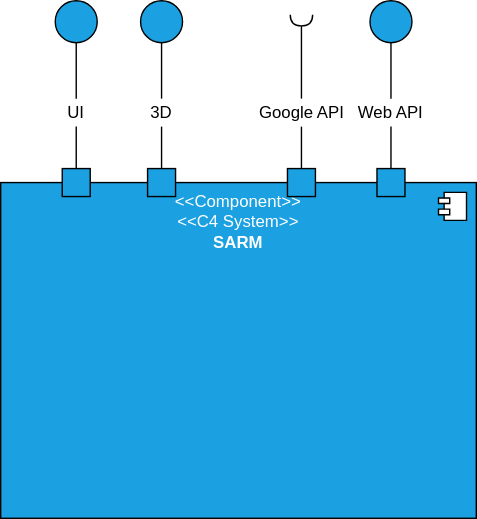
Earlier version of the draw.io export docs/L1/Logical_View.svg (Rodrick0209/ISEP-SEM5PI-24-25). Source tidied: cells renumbered, new cells last; positions are measured from the earlier drawing's top-left corner, leaving out a move shared by most shapes.
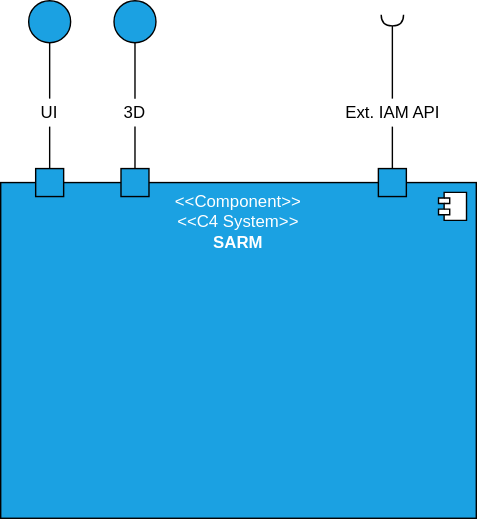
The same file after the commit.

Commit message:
Updated Level 1 and 2 View Diagrams with the adding of the new Web API #25

The edit, as a diff of the source:
```diff
@@ -3,7 +3,7 @@
     <mxCell id="0" />
     <mxCell id="1" parent="0" />
     <mxCell id="2" value="&amp;lt;&amp;lt;Component&amp;gt;&amp;gt;&lt;div&gt;&amp;lt;&amp;lt;C4 System&lt;span style=&quot;background-color: initial;&quot;&gt;&amp;gt;&amp;gt;&lt;/span&gt;&lt;/div&gt;&lt;div&gt;&lt;span style=&quot;background-color: initial;&quot;&gt;&lt;b&gt;SARM&lt;/b&gt;&lt;/span&gt;&lt;/div&gt;" style="html=1;whiteSpace=wrap;horizontal=1;verticalAlign=top;fillColor=#1ba1e2;fontColor=#ffffff;strokeColor=default;" parent="1" vertex="1">
-      <mxGeometry y="130" width="340" height="240" as="geometry" />
+      <mxGeometry x="19" y="130" width="340" height="240" as="geometry" />
     </mxCell>
     <mxCell id="3" style="shape=module;jettyWidth=8;jettyHeight=4;" parent="2" vertex="1">
       <mxGeometry x="1" width="20" height="20" relative="1" as="geometry">
@@ -19,27 +19,12 @@
     <mxCell id="6" style="ellipse;whiteSpace=wrap;html=1;fillColor=#1ba1e2;fontColor=#ffffff;strokeColor=default;" parent="1" vertex="1">
       <mxGeometry x="39" width="30" height="30" as="geometry" />
     </mxCell>
-    <mxCell id="7" style="whiteSpace=wrap;html=1;fillColor=#1ba1e2;fontColor=#ffffff;strokeColor=default;" parent="1" vertex="1">
-      <mxGeometry x="269" y="120" width="20" height="20" as="geometry" />
-    </mxCell>
-    <mxCell id="8" value="Web API" style="text;html=1;align=center;verticalAlign=middle;whiteSpace=wrap;rounded=0;" parent="1" vertex="1">
-      <mxGeometry x="244" y="70" width="70" height="20" as="geometry" />
-    </mxCell>
-    <mxCell id="9" style="endArrow=none;html=1;rounded=0;entryX=0.5;entryY=1;entryDx=0;entryDy=0;exitX=0.5;exitY=0;exitDx=0;exitDy=0;" parent="1" edge="1" source="7" target="8">
-      <mxGeometry relative="1" as="geometry" />
-    </mxCell>
-    <mxCell id="10" style="ellipse;whiteSpace=wrap;html=1;fillColor=#1ba1e2;fontColor=#ffffff;strokeColor=default;" parent="1" vertex="1">
-      <mxGeometry x="264" width="30" height="30" as="geometry" />
-    </mxCell>
     <mxCell id="11" style="endArrow=none;html=1;rounded=0;entryX=0.5;entryY=1;entryDx=0;entryDy=0;exitX=0.5;exitY=0;exitDx=0;exitDy=0;" parent="1" edge="1" source="4" target="12">
       <mxGeometry relative="1" as="geometry" />
     </mxCell>
     <mxCell id="12" value="UI" style="text;html=1;align=center;verticalAlign=middle;whiteSpace=wrap;rounded=0;" parent="1" vertex="1">
       <mxGeometry x="44" y="70" width="20" height="20" as="geometry" />
     </mxCell>
-    <mxCell id="13" style="endArrow=none;html=1;rounded=0;entryX=0.5;entryY=1;entryDx=0;entryDy=0;exitX=0.5;exitY=0;exitDx=0;exitDy=0;" parent="1" edge="1" source="8" target="10">
-      <mxGeometry relative="1" as="geometry" />
-    </mxCell>
     <mxCell id="14" style="whiteSpace=wrap;html=1;fillColor=#1ba1e2;fontColor=#ffffff;strokeColor=default;" parent="1" vertex="1">
       <mxGeometry x="105" y="120" width="20" height="20" as="geometry" />
     </mxCell>
@@ -56,18 +41,25 @@
       <mxGeometry x="105" y="70" width="20" height="20" as="geometry" />
     </mxCell>
     <mxCell id="19" style="whiteSpace=wrap;html=1;fillColor=#1ba1e2;fontColor=#ffffff;strokeColor=default;" parent="1" vertex="1">
-      <mxGeometry x="205" y="120" width="20" height="20" as="geometry" />
+      <mxGeometry x="289" y="120" width="20" height="20" as="geometry" />
     </mxCell>
-    <mxCell id="20" style="endArrow=none;html=1;rounded=0;entryX=0.5;entryY=1;entryDx=0;entryDy=0;exitX=0.5;exitY=0;exitDx=0;exitDy=0;" parent="1" edge="1" source="19" target="21">
-      <mxGeometry relative="1" as="geometry" />
+    <mxCell id="20" style="endArrow=none;html=1;rounded=0;entryX=0.5;entryY=1;entryDx=0;entryDy=0;exitX=0.5;exitY=0;exitDx=0;exitDy=0;" parent="1" edge="1" source="19">
+      <mxGeometry relative="1" as="geometry">
+        <mxPoint x="299" y="90" as="targetPoint" />
+      </mxGeometry>
     </mxCell>
+    <mxCell id="22" style="rounded=0;jettySize=auto;html=1;endArrow=halfCircle;endFill=0;endSize=6;strokeWidth=1;sketch=0;fontSize=12;curved=1;exitX=0.5;exitY=0;exitDx=0;exitDy=0;" parent="1" edge="1" source="21">
+      <mxGeometry relative="1" as="geometry">
+        <mxPoint x="299" y="10" as="targetPoint" />
+      </mxGeometry>
+    </mxCell>
+    <mxCell id="23" style="rounded=0;jettySize=auto;html=1;endArrow=halfCircle;endFill=0;endSize=6;strokeWidth=1;sketch=0;fontSize=12;curved=1;exitX=0.5;exitY=0;exitDx=0;exitDy=0;" parent="1" edge="1" target="21">
+      <mxGeometry relative="1" as="geometry">
+        <mxPoint x="299" y="70" as="sourcePoint" />
+      </mxGeometry>
+    </mxCell>
-    <mxCell id="21" value="Google API" style="text;html=1;align=center;verticalAlign=middle;whiteSpace=wrap;rounded=0;" parent="1" vertex="1">
-      <mxGeometry x="182.5" y="70" width="65" height="20" as="geometry" />
+    <mxCell id="21" value="Ext. IAM API" style="text;html=1;align=center;verticalAlign=middle;whiteSpace=wrap;rounded=0;" parent="1" vertex="1">
+      <mxGeometry x="262.8" y="70" width="72.5" height="20" as="geometry" />
     </mxCell>
-    <mxCell id="22" style="rounded=0;jettySize=auto;html=1;endArrow=halfCircle;endFill=0;endSize=6;strokeWidth=1;sketch=0;fontSize=12;curved=1;exitX=0.5;exitY=0;exitDx=0;exitDy=0;" parent="1" edge="1" source="21">
-      <mxGeometry relative="1" as="geometry">
-        <mxPoint x="215" y="10" as="targetPoint" />
-      </mxGeometry>
-    </mxCell>
   </root>
 </mxGraphModel>
```
